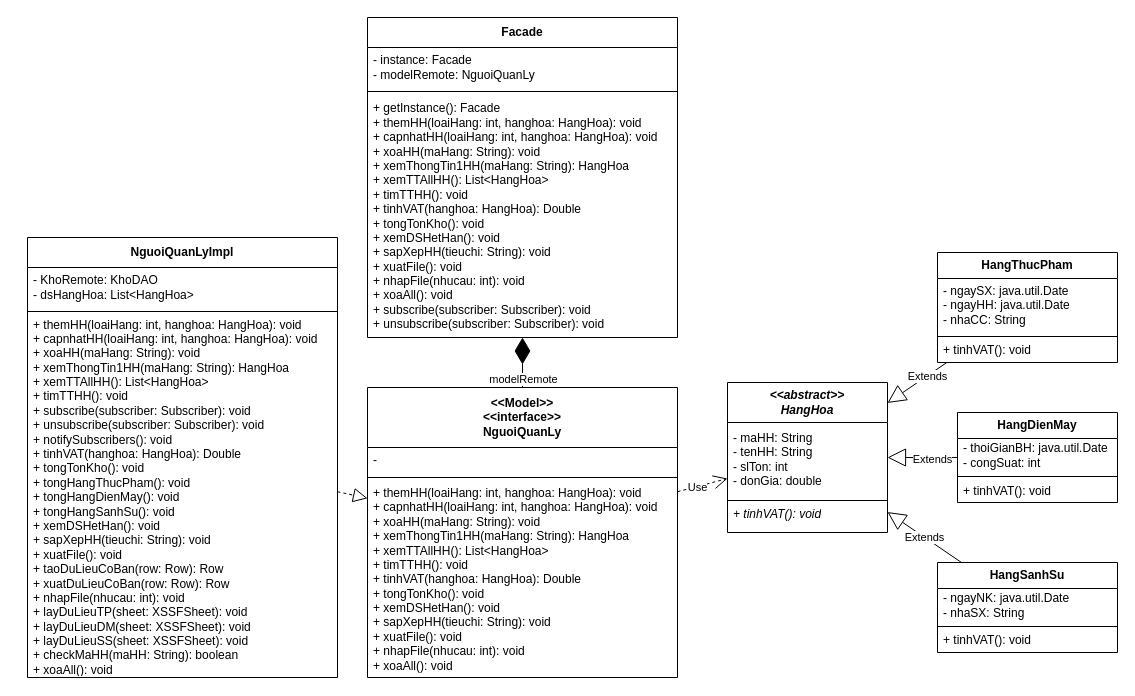
thuangg0123/MYCTKPM keeps this draw.io diagram as page "Domain" (4 of 10) of Detai_SoDo/Diagram_DP.drawio. Above is the earlier version. Source tidied: cells renumbered, new cells numbered last; positions are measured from the earlier drawing's top-left corner, leaving out a move shared by most shapes. Both pictures are drawn from the tidied source at 100%, with x=0, y=0 at pixel (27, 17).
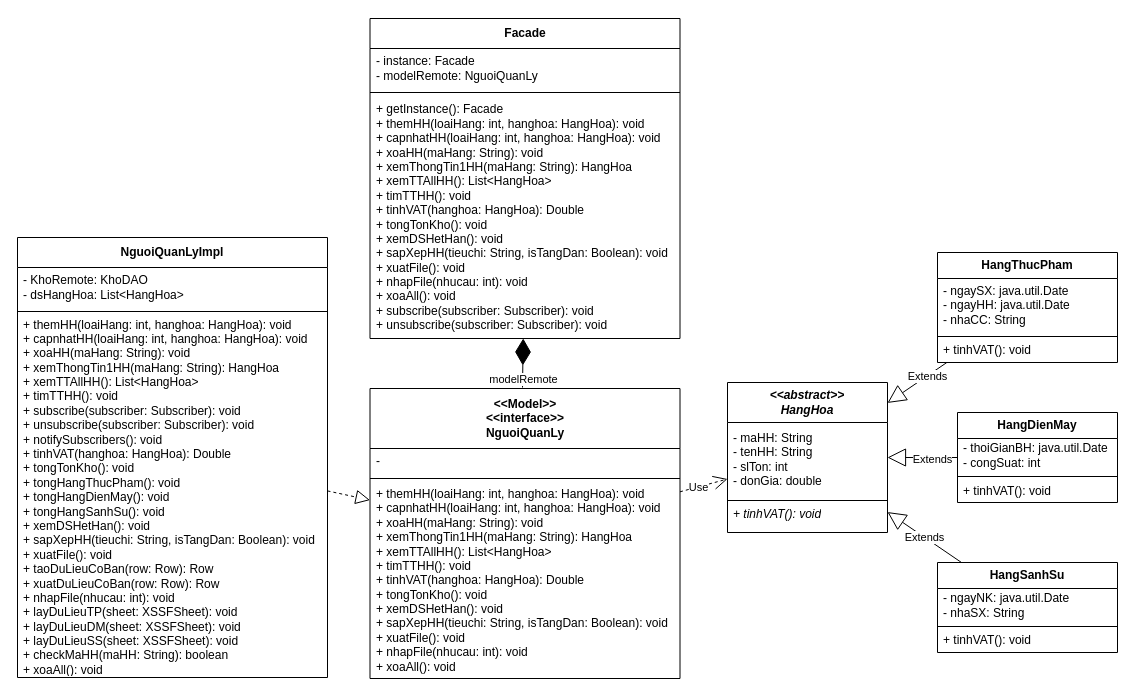
After the change.

Unchanged cells that the change refers to:
```xml
<mxCell id="2" value="&lt;i&gt;&amp;lt;&amp;lt;abstract&amp;gt;&amp;gt;&lt;br&gt;HangHoa&lt;/i&gt;" style="swimlane;fontStyle=1;align=center;verticalAlign=middle;horizontal=1;startSize=40;whiteSpace=wrap;html=1;" parent="1" vertex="1">
  <mxGeometry x="700" y="365" width="160" height="150" as="geometry" />
</mxCell>
```

Change to the diagram source:
```diff
@@
+    <mxCell id="29" style="endArrow=block;dashed=1;endFill=0;endSize=12;html=1;rounded=0;verticalAlign=middle;" parent="1" edge="1" source="25" target="21">
+      <mxGeometry relative="1" as="geometry" />
+    </mxCell>
+    <mxCell id="30" value="Use" style="endArrow=open;endSize=12;dashed=1;html=1;rounded=0;verticalAlign=middle;" parent="1" edge="1" source="21" target="2">
+      <mxGeometry x="-0.21" y="-1" relative="1" as="geometry" />
+    </mxCell>
+    <mxCell id="35" style="endArrow=diamondThin;endFill=1;endSize=24;html=1;rounded=0;" parent="1" edge="1" target="41">
+      <mxGeometry relative="1" as="geometry">
+        <mxPoint x="495" y="370" as="sourcePoint" />
+      </mxGeometry>
+    </mxCell>
+    <mxCell id="36" value="modelRemote" style="edgeLabel;html=1;align=center;verticalAlign=middle;" parent="35" vertex="1">
+      <mxGeometry x="-0.31" relative="1" as="geometry">
+        <mxPoint y="8" as="offset" />
+      </mxGeometry>
+    </mxCell>
     <mxCell id="21" value="&amp;lt;&amp;lt;Model&amp;gt;&amp;gt;&lt;br&gt;&amp;lt;&amp;lt;interface&amp;gt;&amp;gt;&lt;br&gt;NguoiQuanLy&lt;br&gt;" style="swimlane;fontStyle=1;align=center;verticalAlign=middle;horizontal=1;startSize=60;whiteSpace=wrap;html=1;" parent="1" vertex="1">
-      <mxGeometry x="340" y="370" width="310" height="290" as="geometry" />
+      <mxGeometry x="342.5" y="371" width="310" height="290" as="geometry" />
     </mxCell>
@@
-    <mxCell id="24" value="+ themHH(loaiHang: int, hanghoa: HangHoa): void&lt;br style=&quot;border-color: var(--border-color);&quot;&gt;+ capnhatHH(loaiHang: int, hanghoa: HangHoa): void&lt;br style=&quot;border-color: var(--border-color);&quot;&gt;+ xoaHH(maHang: String): void&lt;br style=&quot;border-color: var(--border-color);&quot;&gt;+&amp;nbsp;xemThongTin1HH&lt;span style=&quot;background-color: initial;&quot;&gt;(maHang: String): HangHoa&lt;/span&gt;&lt;br&gt;+ xemTTAllHH(): List&amp;lt;HangHoa&amp;gt;&lt;br style=&quot;border-color: var(--border-color);&quot;&gt;+ timTTHH(): void&lt;br style=&quot;border-color: var(--border-color);&quot;&gt;+ tinhVAT(hanghoa: HangHoa): Double&lt;br&gt;+&amp;nbsp;tongTonKho(): void&lt;br&gt;+&amp;nbsp;xemDSHetHan(): void&lt;br&gt;+&amp;nbsp;sapXepHH(tieuchi: String): void&lt;br&gt;+ xuatFile(): void&lt;br&gt;+ nhapFile(nhucau: int): void&lt;br&gt;+ xoaAll(): void" style="text;strokeColor=none;fillColor=none;align=left;verticalAlign=middle;spacingLeft=4;spacingRight=4;overflow=hidden;whiteSpace=wrap;html=1;" parent="21" vertex="1">
-      <mxGeometry y="94" width="310" height="196" as="geometry" />
-    </mxCell>
+    <mxCell id="37" value="+ themHH(loaiHang: int, hanghoa: HangHoa): void&lt;br style=&quot;border-color: var(--border-color);&quot;&gt;+ capnhatHH(loaiHang: int, hanghoa: HangHoa): void&lt;br style=&quot;border-color: var(--border-color);&quot;&gt;+ xoaHH(maHang: String): void&lt;br style=&quot;border-color: var(--border-color);&quot;&gt;+&amp;nbsp;xemThongTin1HH&lt;span style=&quot;background-color: initial;&quot;&gt;(maHang: String): HangHoa&lt;/span&gt;&lt;br&gt;+ xemTTAllHH(): List&amp;lt;HangHoa&amp;gt;&lt;br style=&quot;border-color: var(--border-color);&quot;&gt;+ timTTHH(): void&lt;br style=&quot;border-color: var(--border-color);&quot;&gt;+ tinhVAT(hanghoa: HangHoa): Double&lt;br&gt;+&amp;nbsp;tongTonKho(): void&lt;br&gt;+&amp;nbsp;xemDSHetHan(): void&lt;br&gt;+&amp;nbsp;sapXepHH(tieuchi: String, isTangDan: Boolean): void&lt;br&gt;+ xuatFile(): void&lt;br&gt;+ nhapFile(nhucau: int): void&lt;br&gt;+ xoaAll(): void" style="text;strokeColor=none;fillColor=none;align=left;verticalAlign=middle;spacingLeft=4;spacingRight=4;overflow=hidden;whiteSpace=wrap;html=1;" parent="21" vertex="1">
+      <mxGeometry y="94" width="310" height="196" as="geometry" />
+    </mxCell>
     <mxCell id="25" value="NguoiQuanLyImpl" style="swimlane;fontStyle=1;align=center;verticalAlign=middle;horizontal=1;startSize=30;whiteSpace=wrap;html=1;" parent="1" vertex="1">
-      <mxGeometry y="220" width="310" height="440" as="geometry" />
+      <mxGeometry x="-10" y="220" width="310" height="440" as="geometry" />
     </mxCell>
@@
-    <mxCell id="27" style="line;strokeWidth=1;fillColor=none;align=left;verticalAlign=middle;spacingTop=-1;spacingLeft=3;spacingRight=3;labelPosition=right;strokeColor=inherit;" parent="25" vertex="1">
-      <mxGeometry y="70" width="310" height="8" as="geometry" />
-    </mxCell>
-    <mxCell id="28" value="+ themHH(loaiHang: int, hanghoa: HangHoa): void&lt;br style=&quot;border-color: var(--border-color);&quot;&gt;+ capnhatHH(loaiHang: int, hanghoa: HangHoa): void&lt;br style=&quot;border-color: var(--border-color);&quot;&gt;+ xoaHH(maHang: String): void&lt;br style=&quot;border-color: var(--border-color);&quot;&gt;+&amp;nbsp;xemThongTin1HH(maHang: String): HangHoa&lt;br style=&quot;border-color: var(--border-color);&quot;&gt;+ xemTTAllHH(): List&amp;lt;HangHoa&amp;gt;&lt;br style=&quot;border-color: var(--border-color);&quot;&gt;+ timTTHH(): void&lt;br&gt;+&amp;nbsp;subscribe(subscriber: Subscriber&lt;span style=&quot;background-color: initial;&quot;&gt;): void&lt;br&gt;&lt;/span&gt;+ unsubscribe(subscriber: Subscriber): void&lt;br&gt;+&amp;nbsp;notifySubscribers&lt;span style=&quot;background-color: initial;&quot;&gt;(&lt;/span&gt;&lt;span style=&quot;background-color: initial;&quot;&gt;): void&lt;/span&gt;&lt;br&gt;+ tinhVAT(hanghoa: HangHoa): Double&lt;br style=&quot;border-color: var(--border-color);&quot;&gt;+&amp;nbsp;tongTonKho(): void&lt;br&gt;+ tongHangThucPham(): void&lt;br style=&quot;border-color: var(--border-color);&quot;&gt;+ tongHangDienMay(): void&lt;br style=&quot;border-color: var(--border-color);&quot;&gt;+ tongHangSanhSu(): void&lt;br style=&quot;border-color: var(--border-color);&quot;&gt;+&amp;nbsp;xemDSHetHan(): void&lt;br style=&quot;border-color: var(--border-color);&quot;&gt;+&amp;nbsp;sapXepHH(tieuchi: String): void&lt;br style=&quot;border-color: var(--border-color);&quot;&gt;+ xuatFile(): void&lt;br&gt;+&amp;nbsp;taoDuLieuCoBan(row: Row): Row&lt;br&gt;+&amp;nbsp;xuatDuLieuCoBan(row: Row): Row&lt;br&gt;+ nhapFile(nhucau: int): void&lt;br&gt;+&amp;nbsp;layDuLieuTP(sheet:&amp;nbsp;XSSFSheet&lt;span style=&quot;background-color: initial;&quot;&gt;): void&lt;br&gt;&lt;/span&gt;+&amp;nbsp;layDuLieuDM(sheet:&amp;nbsp;XSSFSheet): void&lt;br&gt;+&amp;nbsp;layDuLieuSS(sheet:&amp;nbsp;XSSFSheet): void&lt;br&gt;+&amp;nbsp;checkMaHH(maHH: String): boolean&lt;br&gt;+ xoaAll(): void" style="text;strokeColor=none;fillColor=none;align=left;verticalAlign=middle;spacingLeft=4;spacingRight=4;overflow=hidden;whiteSpace=wrap;html=1;" parent="25" vertex="1">
-      <mxGeometry y="78" width="310" height="362" as="geometry" />
-    </mxCell>
-    <mxCell id="29" style="endArrow=block;dashed=1;endFill=0;endSize=12;html=1;rounded=0;verticalAlign=middle;" parent="1" edge="1" source="25" target="21">
-      <mxGeometry relative="1" as="geometry" />
-    </mxCell>
-    <mxCell id="30" value="Use" style="endArrow=open;endSize=12;dashed=1;html=1;rounded=0;verticalAlign=middle;" parent="1" edge="1" source="21" target="2">
-      <mxGeometry x="-0.21" y="-1" relative="1" as="geometry" />
-    </mxCell>
+    <mxCell id="38" style="line;strokeWidth=1;fillColor=none;align=left;verticalAlign=middle;spacingTop=-1;spacingLeft=3;spacingRight=3;labelPosition=right;strokeColor=inherit;" parent="25" vertex="1">
+      <mxGeometry y="70" width="310" height="8" as="geometry" />
+    </mxCell>
+    <mxCell id="39" value="+ themHH(loaiHang: int, hanghoa: HangHoa): void&lt;br style=&quot;border-color: var(--border-color);&quot;&gt;+ capnhatHH(loaiHang: int, hanghoa: HangHoa): void&lt;br style=&quot;border-color: var(--border-color);&quot;&gt;+ xoaHH(maHang: String): void&lt;br style=&quot;border-color: var(--border-color);&quot;&gt;+&amp;nbsp;xemThongTin1HH(maHang: String): HangHoa&lt;br style=&quot;border-color: var(--border-color);&quot;&gt;+ xemTTAllHH(): List&amp;lt;HangHoa&amp;gt;&lt;br style=&quot;border-color: var(--border-color);&quot;&gt;+ timTTHH(): void&lt;br&gt;+&amp;nbsp;subscribe(subscriber: Subscriber&lt;span style=&quot;background-color: initial;&quot;&gt;): void&lt;br&gt;&lt;/span&gt;+ unsubscribe(subscriber: Subscriber): void&lt;br&gt;+&amp;nbsp;notifySubscribers&lt;span style=&quot;background-color: initial;&quot;&gt;(&lt;/span&gt;&lt;span style=&quot;background-color: initial;&quot;&gt;): void&lt;/span&gt;&lt;br&gt;+ tinhVAT(hanghoa: HangHoa): Double&lt;br style=&quot;border-color: var(--border-color);&quot;&gt;+&amp;nbsp;tongTonKho(): void&lt;br&gt;+ tongHangThucPham(): void&lt;br style=&quot;border-color: var(--border-color);&quot;&gt;+ tongHangDienMay(): void&lt;br style=&quot;border-color: var(--border-color);&quot;&gt;+ tongHangSanhSu(): void&lt;br style=&quot;border-color: var(--border-color);&quot;&gt;+&amp;nbsp;xemDSHetHan(): void&lt;br style=&quot;border-color: var(--border-color);&quot;&gt;+&amp;nbsp;sapXepHH(tieuchi: String, isTangDan: Boolean): void&lt;br style=&quot;border-color: var(--border-color);&quot;&gt;+ xuatFile(): void&lt;br&gt;+&amp;nbsp;taoDuLieuCoBan(row: Row): Row&lt;br&gt;+&amp;nbsp;xuatDuLieuCoBan(row: Row): Row&lt;br&gt;+ nhapFile(nhucau: int): void&lt;br&gt;+&amp;nbsp;layDuLieuTP(sheet:&amp;nbsp;XSSFSheet&lt;span style=&quot;background-color: initial;&quot;&gt;): void&lt;br&gt;&lt;/span&gt;+&amp;nbsp;layDuLieuDM(sheet:&amp;nbsp;XSSFSheet): void&lt;br&gt;+&amp;nbsp;layDuLieuSS(sheet:&amp;nbsp;XSSFSheet): void&lt;br&gt;+&amp;nbsp;checkMaHH(maHH: String): boolean&lt;br&gt;+ xoaAll(): void" style="text;strokeColor=none;fillColor=none;align=left;verticalAlign=middle;spacingLeft=4;spacingRight=4;overflow=hidden;whiteSpace=wrap;html=1;" parent="25" vertex="1">
+      <mxGeometry y="78" width="310" height="362" as="geometry" />
+    </mxCell>
     <mxCell id="31" value="Facade" style="swimlane;fontStyle=1;align=center;verticalAlign=middle;horizontal=1;startSize=30;whiteSpace=wrap;html=1;" parent="1" vertex="1">
-      <mxGeometry x="340" width="310" height="320" as="geometry" />
+      <mxGeometry x="342.5" y="1" width="310" height="320" as="geometry" />
     </mxCell>
@@
-    <mxCell id="33" style="line;strokeWidth=1;fillColor=none;align=left;verticalAlign=middle;spacingTop=-1;spacingLeft=3;spacingRight=3;labelPosition=right;strokeColor=inherit;" parent="31" vertex="1">
-      <mxGeometry y="70" width="310" height="8" as="geometry" />
-    </mxCell>
-    <mxCell id="34" value="+&amp;nbsp;getInstance(): Facade&lt;br&gt;+ themHH(loaiHang: int, hanghoa: HangHoa): void&lt;br style=&quot;border-color: var(--border-color);&quot;&gt;+ capnhatHH(loaiHang: int, hanghoa: HangHoa): void&lt;br style=&quot;border-color: var(--border-color);&quot;&gt;+ xoaHH(maHang: String): void&lt;br style=&quot;border-color: var(--border-color);&quot;&gt;+&amp;nbsp;xemThongTin1HH(maHang: String): HangHoa&lt;br style=&quot;border-color: var(--border-color);&quot;&gt;+ xemTTAllHH(): List&amp;lt;HangHoa&amp;gt;&lt;br style=&quot;border-color: var(--border-color);&quot;&gt;+ timTTHH(): void&lt;br style=&quot;border-color: var(--border-color);&quot;&gt;+ tinhVAT(hanghoa: HangHoa): Double&lt;br style=&quot;border-color: var(--border-color);&quot;&gt;+&amp;nbsp;tongTonKho(): void&lt;br style=&quot;border-color: var(--border-color);&quot;&gt;+&amp;nbsp;xemDSHetHan(): void&lt;br style=&quot;border-color: var(--border-color);&quot;&gt;+&amp;nbsp;sapXepHH(tieuchi: String): void&lt;br style=&quot;border-color: var(--border-color);&quot;&gt;+ xuatFile(): void&lt;br style=&quot;border-color: var(--border-color);&quot;&gt;+ nhapFile(nhucau: int): void&lt;br style=&quot;border-color: var(--border-color);&quot;&gt;+ xoaAll(): void&lt;br&gt;+&amp;nbsp;subscribe(subscriber: Subscriber): void&lt;br style=&quot;border-color: var(--border-color);&quot;&gt;+ unsubscribe(subscriber: Subscriber): void" style="text;strokeColor=none;fillColor=none;align=left;verticalAlign=middle;spacingLeft=4;spacingRight=4;overflow=hidden;points=[[0,0.5],[1,0.5]];portConstraint=eastwest;whiteSpace=wrap;html=1;" parent="31" vertex="1">
-      <mxGeometry y="78" width="310" height="242" as="geometry" />
-    </mxCell>
-    <mxCell id="35" style="endArrow=diamondThin;endFill=1;endSize=24;html=1;rounded=0;" parent="1" edge="1" source="21" target="34">
-      <mxGeometry relative="1" as="geometry" />
-    </mxCell>
-    <mxCell id="36" value="modelRemote" style="edgeLabel;html=1;align=center;verticalAlign=middle;" parent="35" vertex="1">
-      <mxGeometry x="-0.31" relative="1" as="geometry">
-        <mxPoint y="8" as="offset" />
-      </mxGeometry>
-    </mxCell>
+    <mxCell id="40" style="line;strokeWidth=1;fillColor=none;align=left;verticalAlign=middle;spacingTop=-1;spacingLeft=3;spacingRight=3;labelPosition=right;strokeColor=inherit;" parent="31" vertex="1">
+      <mxGeometry y="70" width="310" height="8" as="geometry" />
+    </mxCell>
+    <mxCell id="41" value="+&amp;nbsp;getInstance(): Facade&lt;br&gt;+ themHH(loaiHang: int, hanghoa: HangHoa): void&lt;br style=&quot;border-color: var(--border-color);&quot;&gt;+ capnhatHH(loaiHang: int, hanghoa: HangHoa): void&lt;br style=&quot;border-color: var(--border-color);&quot;&gt;+ xoaHH(maHang: String): void&lt;br style=&quot;border-color: var(--border-color);&quot;&gt;+&amp;nbsp;xemThongTin1HH(maHang: String): HangHoa&lt;br style=&quot;border-color: var(--border-color);&quot;&gt;+ xemTTAllHH(): List&amp;lt;HangHoa&amp;gt;&lt;br style=&quot;border-color: var(--border-color);&quot;&gt;+ timTTHH(): void&lt;br style=&quot;border-color: var(--border-color);&quot;&gt;+ tinhVAT(hanghoa: HangHoa): Double&lt;br style=&quot;border-color: var(--border-color);&quot;&gt;+&amp;nbsp;tongTonKho(): void&lt;br style=&quot;border-color: var(--border-color);&quot;&gt;+&amp;nbsp;xemDSHetHan(): void&lt;br style=&quot;border-color: var(--border-color);&quot;&gt;+&amp;nbsp;sapXepHH(tieuchi: String, isTangDan: Boolean): void&lt;br style=&quot;border-color: var(--border-color);&quot;&gt;+ xuatFile(): void&lt;br style=&quot;border-color: var(--border-color);&quot;&gt;+ nhapFile(nhucau: int): void&lt;br style=&quot;border-color: var(--border-color);&quot;&gt;+ xoaAll(): void&lt;br&gt;+&amp;nbsp;subscribe(subscriber: Subscriber): void&lt;br style=&quot;border-color: var(--border-color);&quot;&gt;+ unsubscribe(subscriber: Subscriber): void" style="text;strokeColor=none;fillColor=none;align=left;verticalAlign=middle;spacingLeft=4;spacingRight=4;overflow=hidden;points=[[0,0.5],[1,0.5]];portConstraint=eastwest;whiteSpace=wrap;html=1;" parent="31" vertex="1">
+      <mxGeometry y="78" width="310" height="242" as="geometry" />
+    </mxCell>
```
